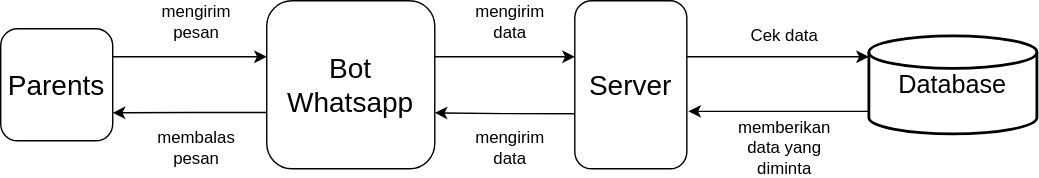
Above: Flowchart Bot Whatsapp.svg in bukannodamembandel/simple-botwhatsapp (draw.io), before the change. Source tidied: cells renumbered, new cells last; positions are measured from the earlier drawing's top-left corner, leaving out a move shared by most shapes.
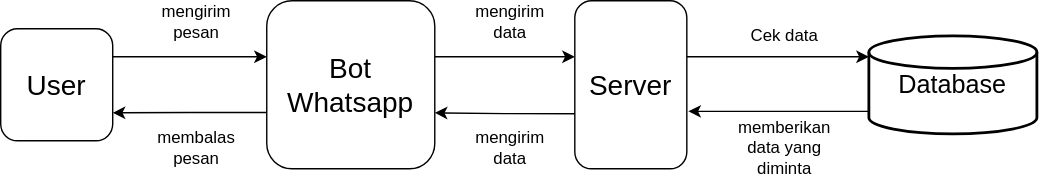
The same diagram one commit later.

Diff of the diagram source:
```diff
@@ -10,7 +10,7 @@
         </Array>
       </mxGeometry>
     </mxCell>
-    <mxCell id="3" value="Parents" style="rounded=1;whiteSpace=wrap;html=1;fontSize=20;" parent="1" vertex="1">
+    <mxCell id="3" value="User" style="rounded=1;whiteSpace=wrap;html=1;fontSize=20;" parent="1" vertex="1">
       <mxGeometry y="20" width="80" height="80" as="geometry" />
     </mxCell>
     <mxCell id="4" style="edgeStyle=orthogonalEdgeStyle;rounded=0;jettySize=auto;html=1;" parent="1" edge="1" source="6" target="10">
```
